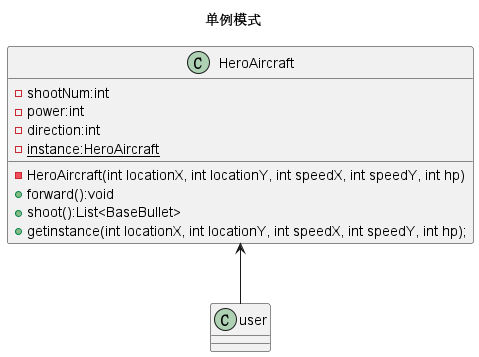
The PlantUML diagram uml图提交/singleton-.png in jangyicheng/Java-wargame, before a commit.
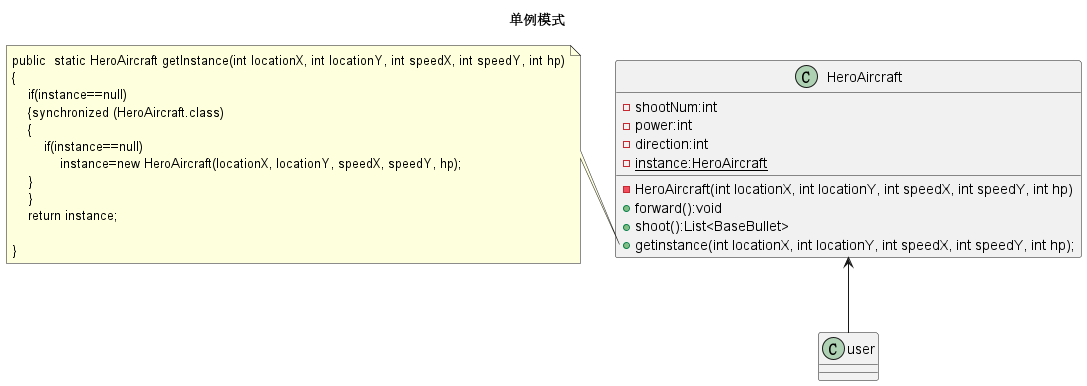
Above is the later version.

Change to the diagram source:
```diff
@@ -13,7 +13,20 @@
 class user
 {
 }
+note left of HeroAircraft::getinstance
+    public  static HeroAircraft getInstance(int locationX, int locationY, int speedX, int speedY, int hp)
+    {
+        if(instance==null)
+        {synchronized (HeroAircraft.class)
+        {
+            if(instance==null)
+                instance=new HeroAircraft(locationX, locationY, speedX, speedY, hp);
+        }
+        }
+        return instance;
 
+    }
+end note
 
 
 
```
